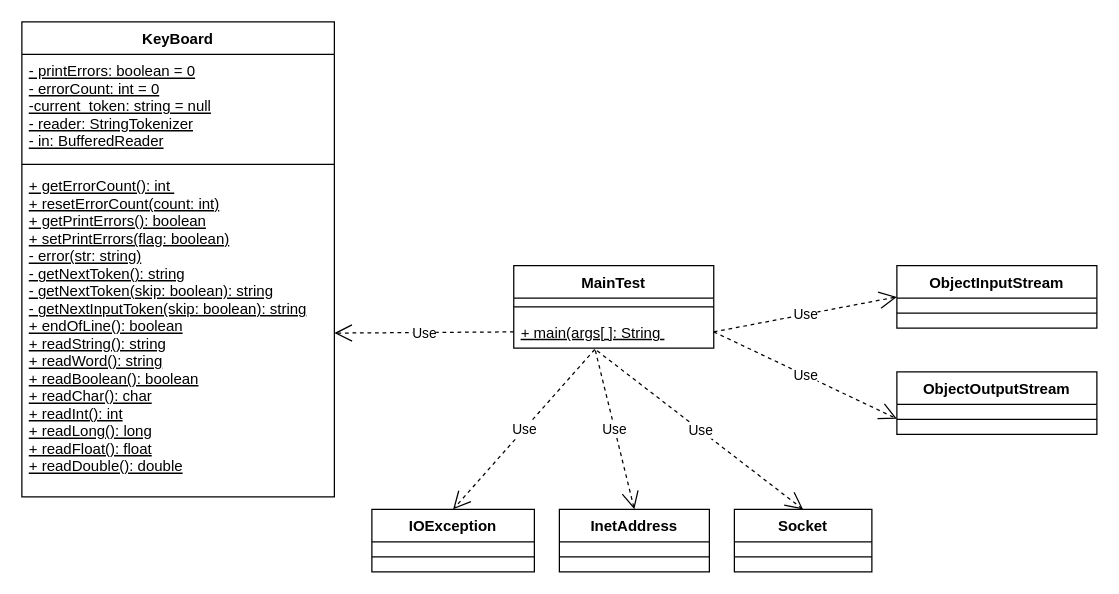
The draw.io diagram base/client/uml/uml_client.drawio in simonegramegna/epminer_2021, before the edit. Source tidied: cells renumbered, new cells numbered last; positions are measured from the earlier drawing's top-left corner, leaving out a move shared by most shapes. Both pictures are drawn from the tidied source at 125%, with x=0, y=0 at pixel (21, 21).
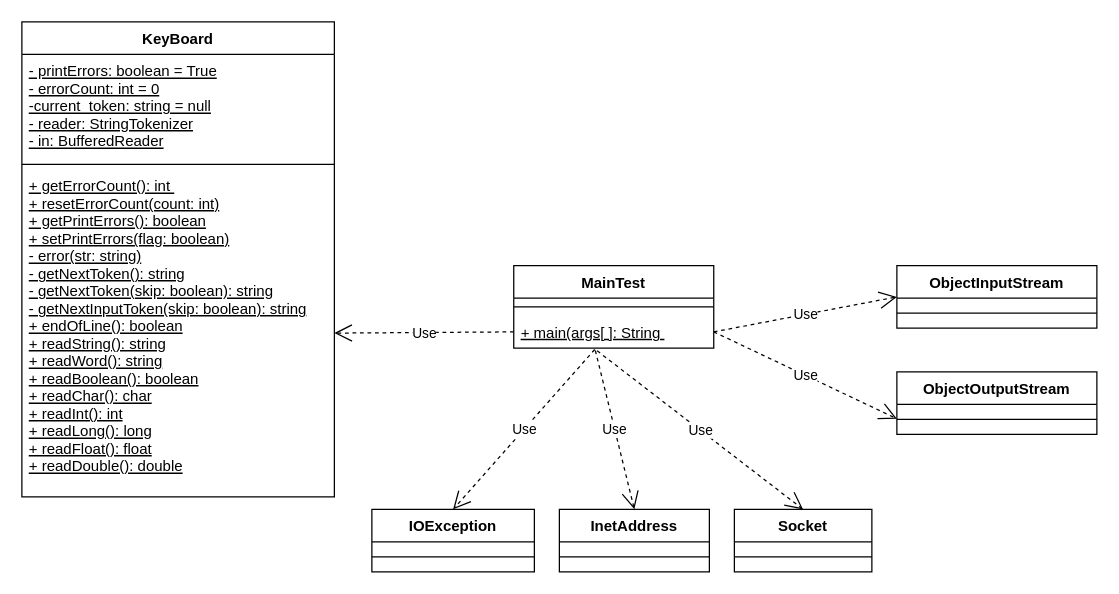
The same page after the edit.

Unchanged cells that the change refers to:
```xml
<mxCell id="2" value="KeyBoard" style="swimlane;fontStyle=1;align=center;verticalAlign=top;horizontal=1;startSize=26;" parent="1" vertex="1">
  <mxGeometry width="250" height="380" as="geometry" />
</mxCell>
```

Diff of the diagram source:
```diff
@@
-    <mxCell id="3" value="- printErrors: boolean = 0&#10;- errorCount: int = 0&#10;-current_token: string = null&#10;- reader: StringTokenizer&#10;- in: BufferedReader" style="text;strokeColor=none;fillColor=none;align=left;verticalAlign=top;spacingLeft=4;spacingRight=4;overflow=hidden;fontStyle=4;" parent="2" vertex="1">
+    <mxCell id="3" value="- printErrors: boolean = True&#10;- errorCount: int = 0&#10;-current_token: string = null&#10;- reader: StringTokenizer&#10;- in: BufferedReader" style="text;strokeColor=none;fillColor=none;align=left;verticalAlign=top;spacingLeft=4;spacingRight=4;overflow=hidden;fontStyle=4;" parent="2" vertex="1">
       <mxGeometry y="26" width="250" height="84" as="geometry" />
     </mxCell>
```
